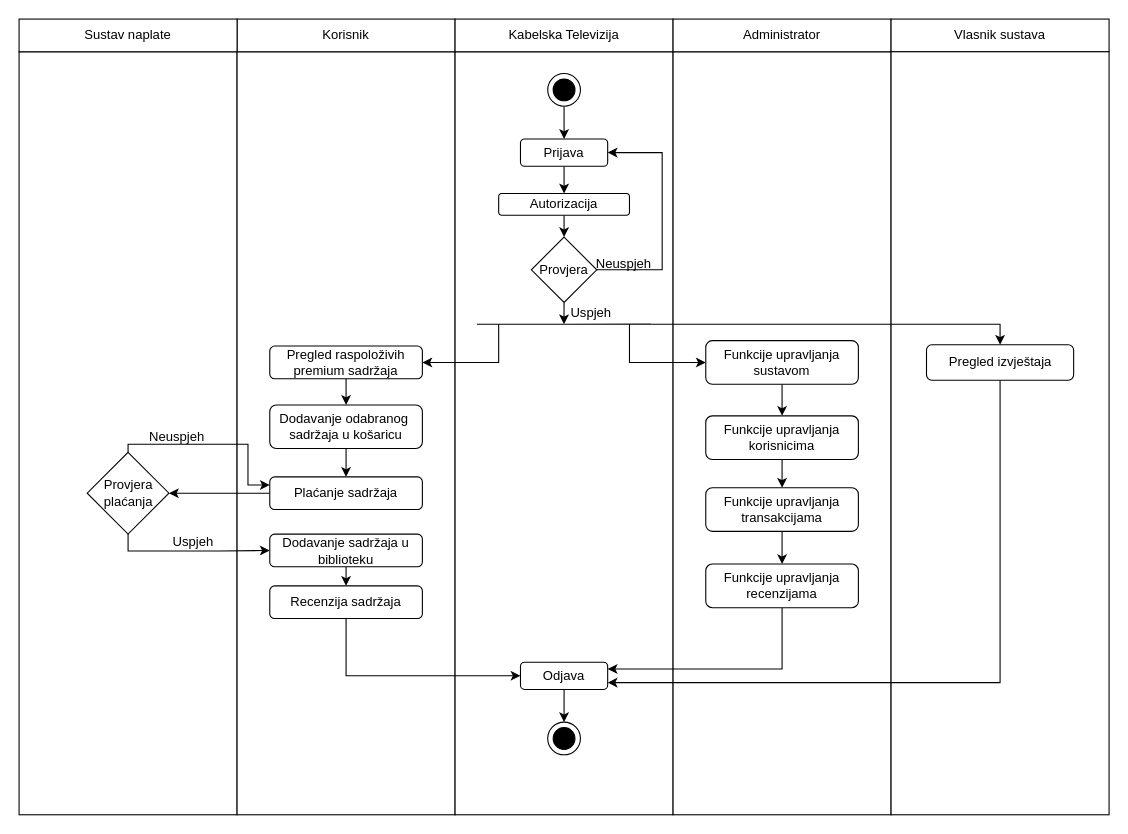
Above: 3. Specifikacija dizajna/Objektni model/Dijagram aktivnosti.drawio in Franjo7/PIS (draw.io), before the change. Source tidied: cells renumbered, new cells numbered last; positions are measured from the earlier drawing's top-left corner, leaving out a move shared by most shapes. Both pictures are drawn from the tidied source at 109%, with x=0, y=0 at pixel (19, 19).
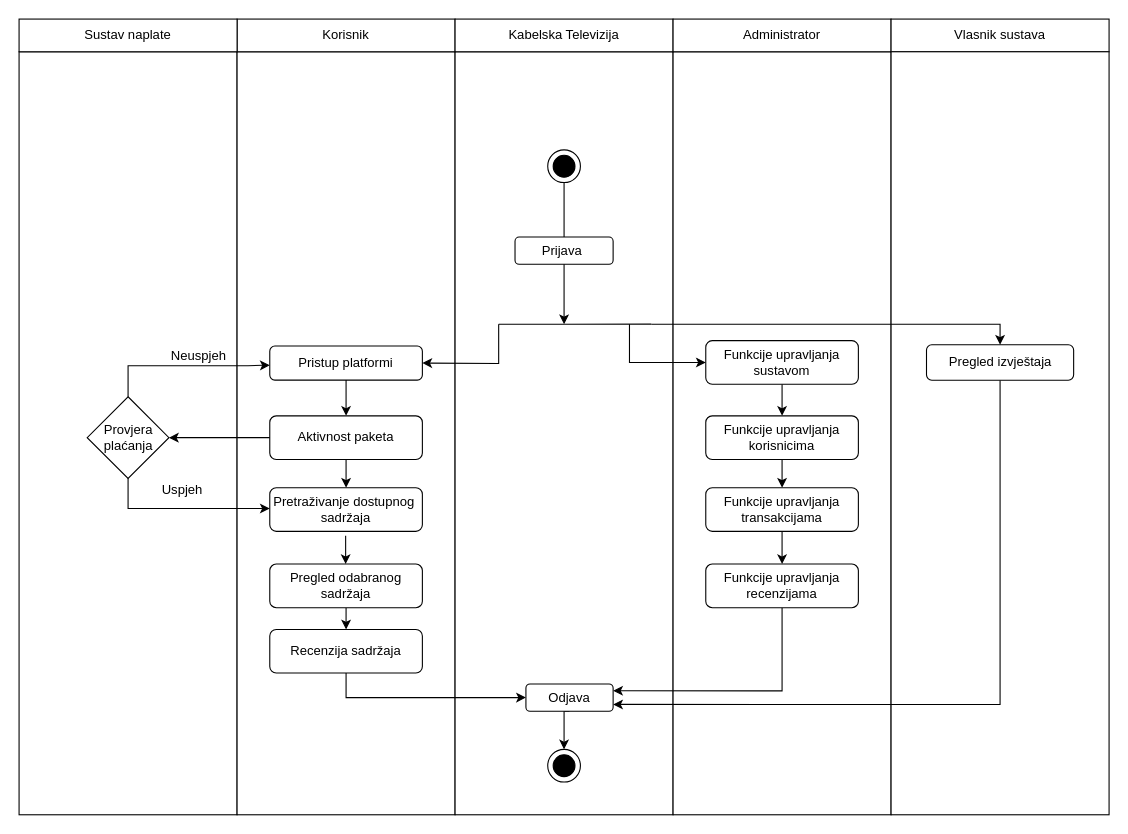
The same diagram, later.

The edit, as a diff of the source:
```diff
@@
-    <mxCell id="10" style="edgeStyle=orthogonalEdgeStyle;rounded=0;jettySize=auto;html=1;exitX=0.5;exitY=1;exitDx=0;exitDy=0;entryX=0.5;entryY=0;entryDx=0;entryDy=0;" parent="1" edge="1" source="11" target="13">
-      <mxGeometry relative="1" as="geometry" />
+    <mxCell id="10" style="edgeStyle=orthogonalEdgeStyle;rounded=0;jettySize=auto;html=1;exitX=0.5;exitY=1;exitDx=0;exitDy=0;" parent="1" edge="1" source="11">
+      <mxGeometry relative="1" as="geometry">
+        <mxPoint x="500" y="280" as="targetPoint" />
+      </mxGeometry>
     </mxCell>
     <mxCell id="11" style="ellipse;whiteSpace=wrap;html=1;" parent="1" vertex="1">
-      <mxGeometry x="485" y="50" width="30" height="30" as="geometry" />
+      <mxGeometry x="485" y="120" width="30" height="30" as="geometry" />
     </mxCell>
-    <mxCell id="12" style="edgeStyle=orthogonalEdgeStyle;rounded=0;jettySize=auto;html=1;exitX=0.5;exitY=1;exitDx=0;exitDy=0;entryX=0.5;entryY=0;entryDx=0;entryDy=0;" parent="1" edge="1" source="13" target="15">
-      <mxGeometry relative="1" as="geometry" />
-    </mxCell>
-    <mxCell id="13" value="Prijava" style="rounded=1;whiteSpace=wrap;html=1;" parent="1" vertex="1">
-      <mxGeometry x="460" y="110" width="80" height="25" as="geometry" />
+    <mxCell id="13" value="Prijava&amp;nbsp;" style="rounded=1;whiteSpace=wrap;html=1;" parent="1" vertex="1">
+      <mxGeometry x="455" y="200" width="90" height="25" as="geometry" />
     </mxCell>
-    <mxCell id="14" style="edgeStyle=orthogonalEdgeStyle;rounded=0;jettySize=auto;html=1;exitX=0.5;exitY=1;exitDx=0;exitDy=0;entryX=0.5;entryY=0;entryDx=0;entryDy=0;" parent="1" edge="1" source="15" target="18">
-      <mxGeometry relative="1" as="geometry" />
-    </mxCell>
-    <mxCell id="15" value="Autorizacija" style="rounded=1;whiteSpace=wrap;html=1;" parent="1" vertex="1">
-      <mxGeometry x="440" y="160" width="120" height="20" as="geometry" />
-    </mxCell>
-    <mxCell id="16" style="edgeStyle=orthogonalEdgeStyle;rounded=0;jettySize=auto;html=1;exitX=1;exitY=0;exitDx=0;exitDy=0;entryX=1;entryY=0.5;entryDx=0;entryDy=0;" parent="1" edge="1" source="18" target="13">
-      <mxGeometry relative="1" as="geometry">
-        <Array as="points">
-          <mxPoint x="515" y="230" />
-          <mxPoint x="590" y="230" />
-          <mxPoint x="590" y="123" />
-        </Array>
-      </mxGeometry>
-    </mxCell>
-    <mxCell id="17" style="edgeStyle=orthogonalEdgeStyle;rounded=0;jettySize=auto;html=1;exitX=0.5;exitY=1;exitDx=0;exitDy=0;" parent="1" edge="1" source="18">
-      <mxGeometry relative="1" as="geometry">
-        <mxPoint x="499.9" y="280" as="targetPoint" />
-      </mxGeometry>
-    </mxCell>
-    <mxCell id="18" value="Provjera" style="rhombus;whiteSpace=wrap;html=1;" parent="1" vertex="1">
-      <mxGeometry x="470" y="200" width="60" height="60" as="geometry" />
-    </mxCell>
@@
-    <mxCell id="21" style="ellipse;whiteSpace=wrap;html=1;fillColor=#000000;" parent="1" vertex="1">
-      <mxGeometry x="490" y="55" width="20" height="20" as="geometry" />
-    </mxCell>
-    <mxCell id="22" value="Neuspjeh" style="text;html=1;strokeColor=none;fillColor=none;align=center;verticalAlign=middle;whiteSpace=wrap;rounded=0;" parent="1" vertex="1">
-      <mxGeometry x="530" y="210" width="50" height="30" as="geometry" />
-    </mxCell>
@@
     <mxCell id="24" style="endArrow=none;html=1;rounded=0;" parent="1" edge="1">
       <mxGeometry relative="1" as="geometry">
-        <mxPoint x="420" y="280" as="sourcePoint" />
+        <mxPoint x="440" y="280" as="sourcePoint" />
         <mxPoint x="500" y="280" as="targetPoint" />
       </mxGeometry>
     </mxCell>
-    <mxCell id="25" value="Uspjeh" style="text;html=1;strokeColor=none;fillColor=none;align=center;verticalAlign=middle;whiteSpace=wrap;rounded=0;" parent="1" vertex="1">
-      <mxGeometry x="500" y="260" width="50" height="20" as="geometry" />
-    </mxCell>
@@
-    <mxCell id="27" value="Pregled raspoloživih premium sadržaja" style="rounded=1;whiteSpace=wrap;html=1;" parent="1" vertex="1">
-      <mxGeometry x="230" y="300" width="140" height="30" as="geometry" />
+    <mxCell id="27" value="Pristup platformi" style="rounded=1;whiteSpace=wrap;html=1;" parent="1" vertex="1">
+      <mxGeometry x="230" y="300" width="140" height="31.2" as="geometry" />
     </mxCell>
@@
     <mxCell id="30" style="endArrow=classic;html=1;rounded=0;entryX=1;entryY=0.5;entryDx=0;entryDy=0;" parent="1" edge="1" target="27">
       <mxGeometry relative="1" as="geometry">
         <mxPoint x="440" y="280" as="sourcePoint" />
         <Array as="points">
-          <mxPoint x="440" y="315" />
+          <mxPoint x="440" y="316" />
         </Array>
       </mxGeometry>
     </mxCell>
@@
-    <mxCell id="33" value="Dodavanje odabranog&amp;nbsp; sadržaja u košaricu" style="rounded=1;whiteSpace=wrap;html=1;" parent="1" vertex="1">
-      <mxGeometry x="230" y="354" width="140" height="40" as="geometry" />
+    <mxCell id="33" value="Aktivnost paketa" style="rounded=1;whiteSpace=wrap;html=1;" parent="1" vertex="1">
+      <mxGeometry x="230" y="364" width="140" height="40" as="geometry" />
     </mxCell>
-    <mxCell id="34" style="edgeStyle=orthogonalEdgeStyle;rounded=0;jettySize=auto;html=1;exitX=0;exitY=0.5;exitDx=0;exitDy=0;entryX=1;entryY=0.5;entryDx=0;entryDy=0;" parent="1" edge="1" source="35" target="38">
+    <mxCell id="34" style="edgeStyle=orthogonalEdgeStyle;rounded=0;jettySize=auto;html=1;exitX=0;exitY=0.5;exitDx=0;exitDy=0;entryX=1;entryY=0.5;entryDx=0;entryDy=0;" parent="1" edge="1" source="33" target="38">
       <mxGeometry relative="1" as="geometry" />
     </mxCell>
-    <mxCell id="35" value="Plaćanje sadržaja" style="rounded=1;whiteSpace=wrap;html=1;" parent="1" vertex="1">
-      <mxGeometry x="230" y="420" width="140" height="30" as="geometry" />
+    <mxCell id="35" value="Pretraživanje dostupnog&amp;nbsp;&lt;br&gt;sadržaja" style="rounded=1;whiteSpace=wrap;html=1;" parent="1" vertex="1">
+      <mxGeometry x="230" y="430" width="140" height="40" as="geometry" />
     </mxCell>
-    <mxCell id="36" style="edgeStyle=orthogonalEdgeStyle;rounded=0;jettySize=auto;html=1;exitX=0.5;exitY=1;exitDx=0;exitDy=0;entryX=0;entryY=0.5;entryDx=0;entryDy=0;" parent="1" edge="1" source="38" target="40">
+    <mxCell id="36" style="edgeStyle=orthogonalEdgeStyle;rounded=0;orthogonalLoop=1;jettySize=auto;html=1;exitX=0.5;exitY=1;exitDx=0;exitDy=0;entryX=0;entryY=0.75;entryDx=0;entryDy=0;" parent="1" edge="1">
       <mxGeometry relative="1" as="geometry">
+        <mxPoint x="100" y="364" as="sourcePoint" />
+        <mxPoint x="230" y="449" as="targetPoint" />
         <Array as="points">
-          <mxPoint x="100" y="488" />
-          <mxPoint x="184" y="488" />
+          <mxPoint x="100" y="449" />
         </Array>
       </mxGeometry>
     </mxCell>
-    <mxCell id="37" style="edgeStyle=orthogonalEdgeStyle;rounded=0;jettySize=auto;html=1;exitX=0.5;exitY=0;exitDx=0;exitDy=0;entryX=0;entryY=0.25;entryDx=0;entryDy=0;" parent="1" edge="1" source="38" target="35">
+    <mxCell id="37" style="edgeStyle=orthogonalEdgeStyle;rounded=0;jettySize=auto;html=1;entryX=0;entryY=0.25;entryDx=0;entryDy=0;" parent="1" edge="1" source="38">
       <mxGeometry relative="1" as="geometry">
+        <mxPoint x="230" y="317.5" as="targetPoint" />
         <Array as="points">
-          <mxPoint x="100" y="390" />
-          <mxPoint x="210" y="390" />
-          <mxPoint x="210" y="428" />
+          <mxPoint x="100" y="318" />
+          <mxPoint x="210" y="318" />
         </Array>
       </mxGeometry>
     </mxCell>
     <mxCell id="38" value="Provjera&lt;br&gt;plaćanja" style="rhombus;whiteSpace=wrap;html=1;" parent="1" vertex="1">
-      <mxGeometry x="62.5" y="397.5" width="75" height="75" as="geometry" />
+      <mxGeometry x="62.5" y="346.5" width="75" height="75" as="geometry" />
     </mxCell>
@@
-    <mxCell id="40" value="Dodavanje sadržaja u biblioteku" style="rounded=1;whiteSpace=wrap;html=1;" parent="1" vertex="1">
-      <mxGeometry x="230" y="472.5" width="140" height="30" as="geometry" />
+    <mxCell id="40" value="Pregled odabranog&lt;br&gt;sadržaja" style="rounded=1;whiteSpace=wrap;html=1;" parent="1" vertex="1">
+      <mxGeometry x="230" y="500" width="140" height="40" as="geometry" />
     </mxCell>
     <mxCell id="41" value="Uspjeh" style="text;html=1;strokeColor=none;fillColor=none;align=center;verticalAlign=middle;whiteSpace=wrap;rounded=0;" parent="1" vertex="1">
-      <mxGeometry x="120" y="470" width="80" height="20" as="geometry" />
+      <mxGeometry x="110" y="421.5" width="80" height="20" as="geometry" />
     </mxCell>
     <mxCell id="42" value="Neuspjeh" style="text;html=1;strokeColor=none;fillColor=none;align=center;verticalAlign=middle;whiteSpace=wrap;rounded=0;" parent="1" vertex="1">
-      <mxGeometry x="100" y="374" width="90" height="20" as="geometry" />
+      <mxGeometry x="120" y="298.8" width="90" height="20" as="geometry" />
     </mxCell>
@@
     <mxCell id="50" value="Recenzija sadržaja" style="rounded=1;whiteSpace=wrap;html=1;" parent="1" vertex="1">
-      <mxGeometry x="230" y="520" width="140" height="30" as="geometry" />
+      <mxGeometry x="230" y="560" width="140" height="40" as="geometry" />
     </mxCell>
@@
     <mxCell id="55" value="Odjava" style="rounded=1;whiteSpace=wrap;html=1;" parent="1" vertex="1">
-      <mxGeometry x="460" y="590" width="80" height="25" as="geometry" />
+      <mxGeometry x="465" y="610" width="80" height="25" as="geometry" />
     </mxCell>
     <mxCell id="56" style="ellipse;whiteSpace=wrap;html=1;" parent="1" vertex="1">
-      <mxGeometry x="485" y="645" width="30" height="30" as="geometry" />
+      <mxGeometry x="485" y="670" width="30" height="30" as="geometry" />
     </mxCell>
     <mxCell id="57" style="ellipse;whiteSpace=wrap;html=1;fillColor=#000000;" parent="1" vertex="1">
-      <mxGeometry x="490" y="650" width="20" height="20" as="geometry" />
+      <mxGeometry x="490" y="675" width="20" height="20" as="geometry" />
     </mxCell>
+    <mxCell id="21" style="ellipse;whiteSpace=wrap;html=1;fillColor=#000000;" parent="1" vertex="1">
+      <mxGeometry x="490" y="125" width="20" height="20" as="geometry" />
+    </mxCell>
+    <mxCell id="58" style="edgeStyle=orthogonalEdgeStyle;rounded=0;orthogonalLoop=1;jettySize=auto;html=1;exitX=0.5;exitY=1;exitDx=0;exitDy=0;entryX=0.5;entryY=0;entryDx=0;entryDy=0;" parent="1" edge="1">
+      <mxGeometry relative="1" as="geometry">
+        <mxPoint x="299.6" y="474" as="sourcePoint" />
+        <mxPoint x="299.6" y="500" as="targetPoint" />
+      </mxGeometry>
+    </mxCell>
```
